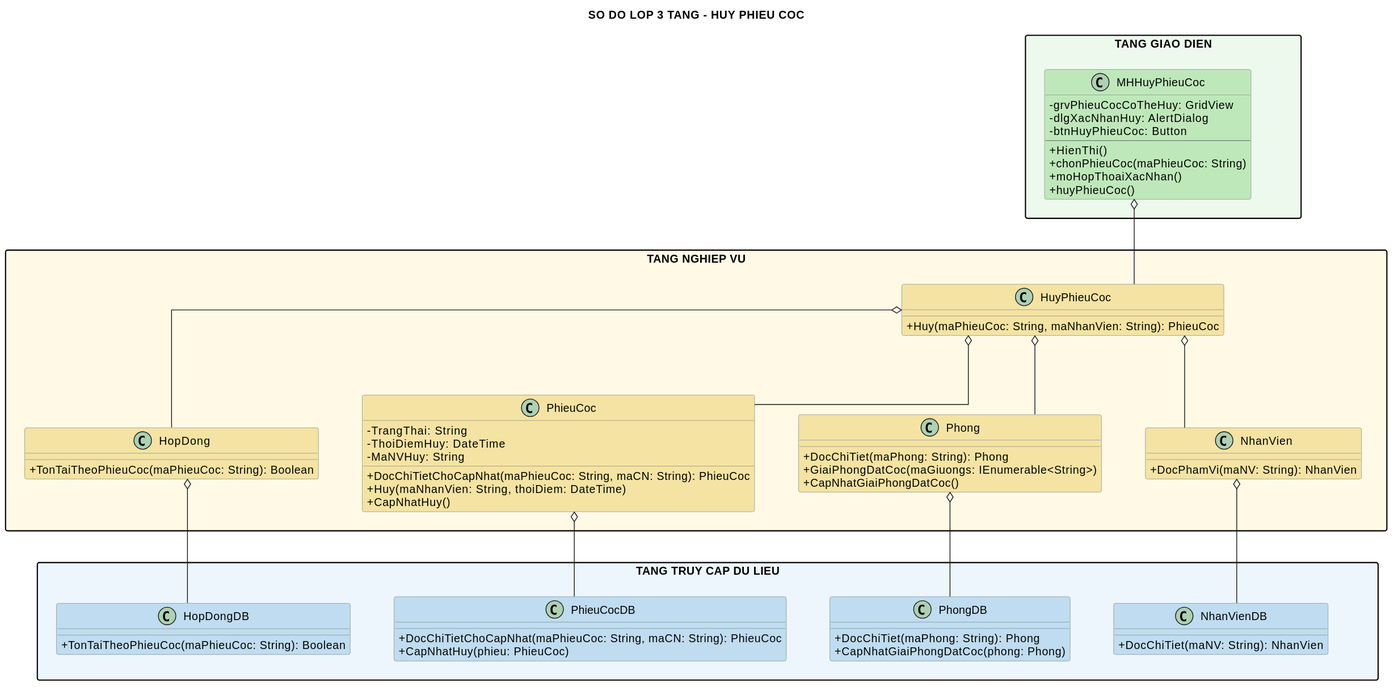
Earlier version of the PlantUML export diagram/svg/huy-phieu-coc-class.svg (Ming1309/HomeStay-Dorm).
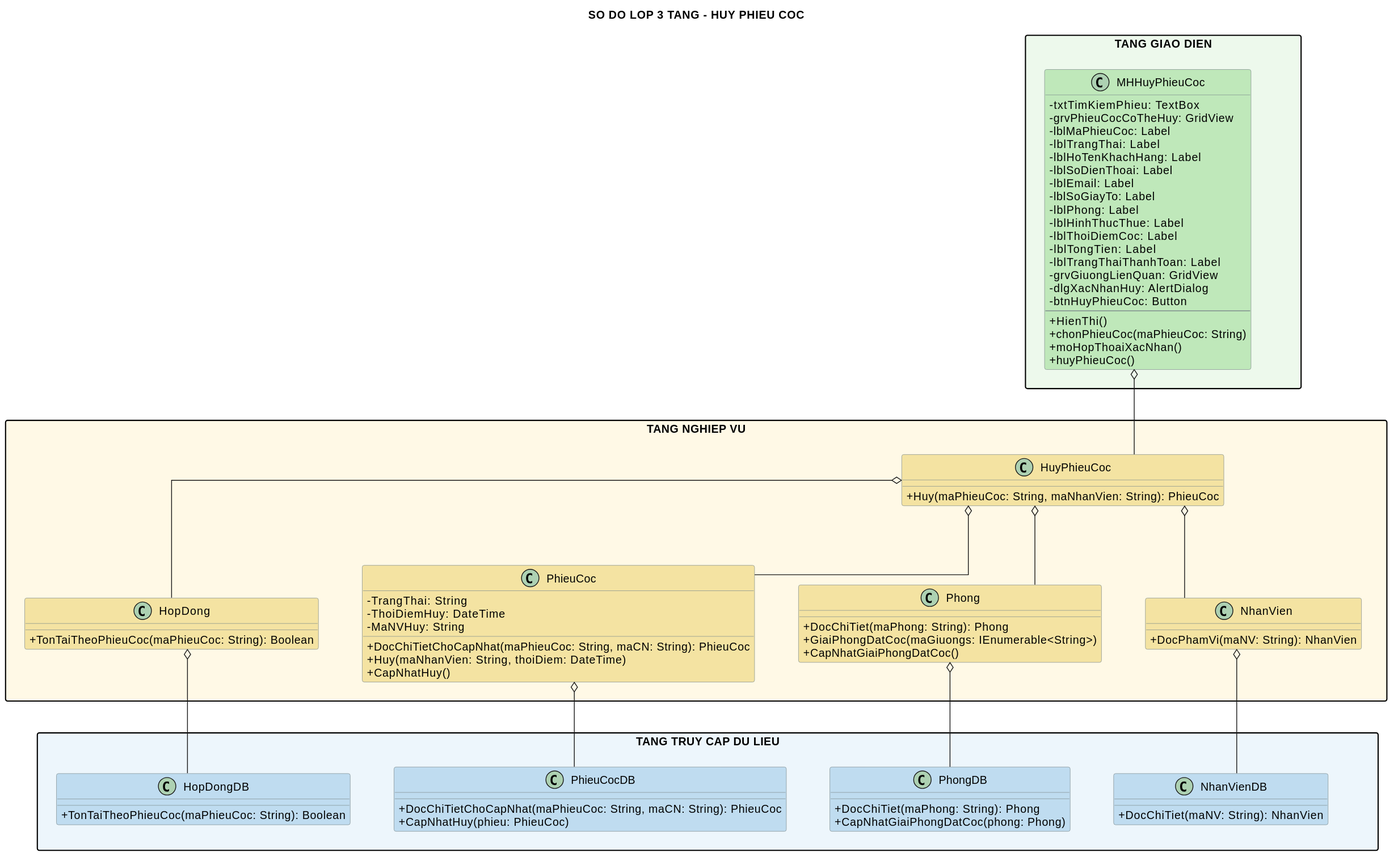
After the commit.

What changed in the source:
```diff
@@ -13,7 +13,20 @@
 
 package "TANG GIAO DIEN" as GUI_LAYER #EDF9EC {
   class MHHuyPhieuCoc #BFE8BA {
+    - txtTimKiemPhieu: TextBox
     - grvPhieuCocCoTheHuy: GridView
+    - lblMaPhieuCoc: Label
+    - lblTrangThai: Label
+    - lblHoTenKhachHang: Label
+    - lblSoDienThoai: Label
+    - lblEmail: Label
+    - lblSoGiayTo: Label
+    - lblPhong: Label
+    - lblHinhThucThue: Label
+    - lblThoiDiemCoc: Label
+    - lblTongTien: Label
+    - lblTrangThaiThanhToan: Label
+    - grvGiuongLienQuan: GridView
     - dlgXacNhanHuy: AlertDialog
     - btnHuyPhieuCoc: Button
     --
```
